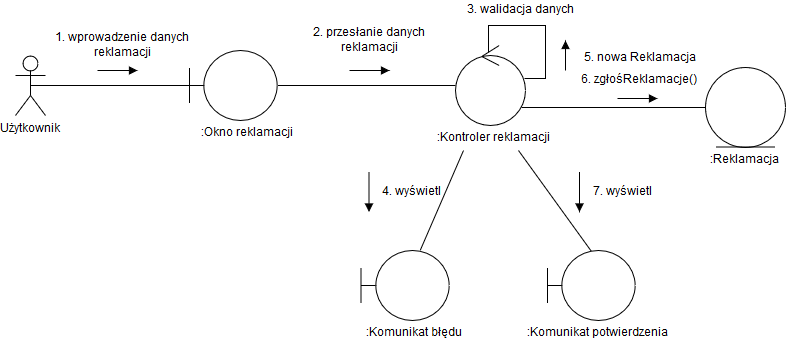
Before: Iteracja 3/Diagram Kooperacji - Złożenie reklamacji.png, a diagram exported from draw.io (BartoszSolka/ZMIO---Zaawansowane-metody-in-ynierii-oprogramowania). Source tidied: cells renumbered, new cells last; positions are measured from the earlier drawing's top-left corner, leaving out a move shared by most shapes. Its diagram source:
```xml
<mxGraphModel>
  <root>
    <mxCell id="0" />
    <mxCell id="1" parent="0" />
    <mxCell id="2" style="shape=umlBoundary;whiteSpace=wrap;html=1;" parent="1" vertex="1">
      <mxGeometry x="174" y="50" width="88" height="70" as="geometry" />
    </mxCell>
    <mxCell id="3" style="edgeStyle=orthogonalEdgeStyle;rounded=0;jettySize=auto;html=1;exitX=0;exitY=0.5;exitDx=0;exitDy=0;entryX=0.943;entryY=0.775;entryDx=0;entryDy=0;entryPerimeter=0;endArrow=none;endFill=0;" parent="1" edge="1" source="4" target="6">
      <mxGeometry relative="1" as="geometry" />
    </mxCell>
    <mxCell id="4" style="ellipse;shape=umlEntity;whiteSpace=wrap;html=1;" parent="1" vertex="1">
      <mxGeometry x="690" y="66.5" width="80" height="80" as="geometry" />
    </mxCell>
    <mxCell id="5" style="rounded=0;jettySize=auto;html=1;endArrow=none;endFill=0;exitX=0.25;exitY=1;exitDx=0;exitDy=0;" parent="1" edge="1" source="15" target="12">
      <mxGeometry relative="1" as="geometry" />
    </mxCell>
    <mxCell id="6" style="ellipse;shape=umlControl;whiteSpace=wrap;html=1;" parent="1" vertex="1">
      <mxGeometry x="440" y="45" width="70" height="80" as="geometry" />
    </mxCell>
    <mxCell id="7" style="edgeStyle=orthogonalEdgeStyle;rounded=0;jettySize=auto;html=1;exitX=0.5;exitY=0.5;exitDx=0;exitDy=0;exitPerimeter=0;entryX=0;entryY=0.5;entryDx=0;entryDy=0;entryPerimeter=0;endArrow=none;endFill=0;" parent="1" edge="1" source="8" target="2">
      <mxGeometry relative="1" as="geometry" />
    </mxCell>
    <mxCell id="8" value="Użytkownik" style="shape=umlActor;verticalLabelPosition=bottom;labelBackgroundColor=#ffffff;verticalAlign=top;html=1;" parent="1" vertex="1">
      <mxGeometry y="55" width="30" height="60" as="geometry" />
    </mxCell>
    <mxCell id="9" value=":Okno reklamacji" style="text;html=1;" parent="1" vertex="1">
      <mxGeometry x="184" y="120" width="90" height="25" as="geometry" />
    </mxCell>
    <mxCell id="10" style="endArrow=block;html=1;endFill=1;" parent="1" edge="1">
      <mxGeometry relative="1" as="geometry">
        <mxPoint x="82" y="70" as="sourcePoint" />
        <mxPoint x="122" y="70" as="targetPoint" />
      </mxGeometry>
    </mxCell>
    <mxCell id="11" value=":Reklamacja" style="text;html=1;" parent="1" vertex="1">
      <mxGeometry x="692.5" y="146.5" width="75" height="25" as="geometry" />
    </mxCell>
    <mxCell id="12" style="shape=umlBoundary;whiteSpace=wrap;html=1;" parent="1" vertex="1">
      <mxGeometry x="345.5" y="250" width="88" height="70" as="geometry" />
    </mxCell>
    <mxCell id="13" value=":Komunikat błędu" style="text;html=1;" parent="1" vertex="1">
      <mxGeometry x="348.5" y="320" width="90" height="25" as="geometry" />
    </mxCell>
    <mxCell id="14" style="edgeStyle=none;rounded=0;jettySize=auto;html=1;exitX=0.75;exitY=1;exitDx=0;exitDy=0;entryX=0.5;entryY=0.014;entryDx=0;entryDy=0;entryPerimeter=0;endArrow=none;endFill=0;" parent="1" edge="1" source="15" target="28">
      <mxGeometry relative="1" as="geometry" />
    </mxCell>
    <mxCell id="15" value=":Kontroler reklamacji" style="text;html=1;" parent="1" vertex="1">
      <mxGeometry x="420" y="125" width="110" height="25" as="geometry" />
    </mxCell>
    <mxCell id="16" value="1. wprowadzenie danych reklamacji" style="text;html=1;strokeColor=none;fillColor=none;align=center;verticalAlign=middle;whiteSpace=wrap;rounded=0;" parent="1" vertex="1">
      <mxGeometry x="26.5" y="35" width="160" height="20" as="geometry" />
    </mxCell>
    <mxCell id="17" value="2. przesłanie danych reklamacji" style="text;html=1;strokeColor=none;fillColor=none;align=center;verticalAlign=middle;whiteSpace=wrap;rounded=0;" parent="1" vertex="1">
      <mxGeometry x="274" y="30" width="160" height="20" as="geometry" />
    </mxCell>
    <mxCell id="18" style="edgeStyle=orthogonalEdgeStyle;rounded=0;jettySize=auto;html=1;endArrow=none;endFill=0;" parent="1" edge="1" source="2" target="6">
      <mxGeometry relative="1" as="geometry" />
    </mxCell>
    <mxCell id="19" style="endArrow=block;html=1;endFill=1;" parent="1" edge="1">
      <mxGeometry relative="1" as="geometry">
        <mxPoint x="334" y="70" as="sourcePoint" />
        <mxPoint x="374" y="70" as="targetPoint" />
      </mxGeometry>
    </mxCell>
    <mxCell id="20" style="edgeStyle=orthogonalEdgeStyle;rounded=0;orthogonalLoop=1;jettySize=auto;html=1;endArrow=none;endFill=0;exitX=0.471;exitY=0.088;exitDx=0;exitDy=0;exitPerimeter=0;entryX=0.986;entryY=0.413;entryDx=0;entryDy=0;entryPerimeter=0;" parent="1" edge="1" source="6" target="6">
      <mxGeometry relative="1" as="geometry" />
    </mxCell>
    <mxCell id="21" value="&lt;div&gt;3. walidacja danych&lt;/div&gt;" style="text;html=1;strokeColor=none;fillColor=none;align=center;verticalAlign=middle;whiteSpace=wrap;rounded=0;" parent="1" vertex="1">
      <mxGeometry x="444" width="120" height="20" as="geometry" />
    </mxCell>
    <mxCell id="22" style="endArrow=block;html=1;endFill=1;" parent="1" edge="1">
      <mxGeometry relative="1" as="geometry">
        <mxPoint x="550" y="70" as="sourcePoint" />
        <mxPoint x="550" y="40" as="targetPoint" />
      </mxGeometry>
    </mxCell>
    <mxCell id="23" style="endArrow=block;html=1;endFill=1;" parent="1" edge="1">
      <mxGeometry relative="1" as="geometry">
        <mxPoint x="353.5" y="171.5" as="sourcePoint" />
        <mxPoint x="353.5" y="211.5" as="targetPoint" />
      </mxGeometry>
    </mxCell>
    <mxCell id="24" value="4. wyświetl" style="text;html=1;strokeColor=none;fillColor=none;align=center;verticalAlign=middle;whiteSpace=wrap;rounded=0;" parent="1" vertex="1">
      <mxGeometry x="357.5" y="181.5" width="76" height="20" as="geometry" />
    </mxCell>
    <mxCell id="25" value="5. nowa Reklamacja" style="text;html=1;strokeColor=none;fillColor=none;align=center;verticalAlign=middle;whiteSpace=wrap;rounded=0;" parent="1" vertex="1">
      <mxGeometry x="542" y="48" width="160" height="20" as="geometry" />
    </mxCell>
    <mxCell id="26" style="endArrow=block;html=1;endFill=1;" parent="1" edge="1">
      <mxGeometry relative="1" as="geometry">
        <mxPoint x="602" y="98" as="sourcePoint" />
        <mxPoint x="642" y="98" as="targetPoint" />
      </mxGeometry>
    </mxCell>
    <mxCell id="27" value="6. zgłośReklamacje()" style="text;html=1;strokeColor=none;fillColor=none;align=center;verticalAlign=middle;whiteSpace=wrap;rounded=0;" parent="1" vertex="1">
      <mxGeometry x="542" y="70" width="160" height="20" as="geometry" />
    </mxCell>
    <mxCell id="28" style="shape=umlBoundary;whiteSpace=wrap;html=1;" parent="1" vertex="1">
      <mxGeometry x="532" y="250" width="88" height="70" as="geometry" />
    </mxCell>
    <mxCell id="29" value=":Komunikat potwierdzenia" style="text;html=1;" parent="1" vertex="1">
      <mxGeometry x="510" y="320" width="145" height="25" as="geometry" />
    </mxCell>
    <mxCell id="30" style="endArrow=block;html=1;endFill=1;" parent="1" edge="1">
      <mxGeometry relative="1" as="geometry">
        <mxPoint x="564" y="171.5" as="sourcePoint" />
        <mxPoint x="564" y="211.5" as="targetPoint" />
      </mxGeometry>
    </mxCell>
    <mxCell id="31" value="7. wyświetl" style="text;html=1;strokeColor=none;fillColor=none;align=center;verticalAlign=middle;whiteSpace=wrap;rounded=0;" parent="1" vertex="1">
      <mxGeometry x="568" y="181.5" width="76" height="20" as="geometry" />
    </mxCell>
  </root>
</mxGraphModel>
```
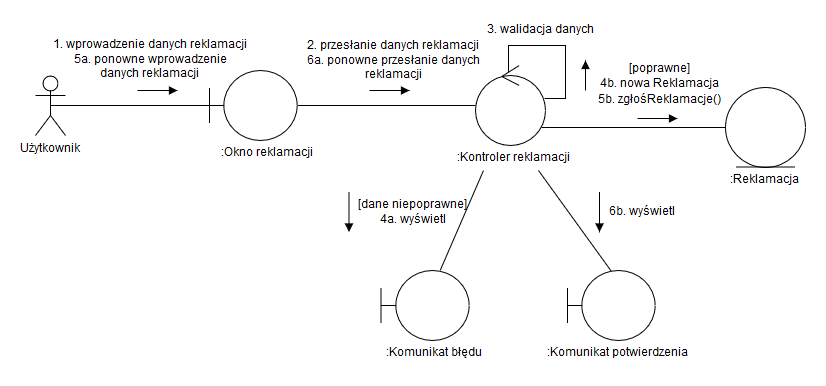
The same file after the commit.

Commit message:
Poprawione diagramy kooperacji.

Change to the diagram source:
```diff
@@ -28,8 +28,8 @@
     </mxCell>
     <mxCell id="10" style="endArrow=block;html=1;endFill=1;" parent="1" edge="1">
       <mxGeometry relative="1" as="geometry">
-        <mxPoint x="82" y="70" as="sourcePoint" />
-        <mxPoint x="122" y="70" as="targetPoint" />
+        <mxPoint x="102" y="70" as="sourcePoint" />
+        <mxPoint x="142" y="70" as="targetPoint" />
       </mxGeometry>
     </mxCell>
     <mxCell id="11" value=":Reklamacja" style="text;html=1;" parent="1" vertex="1">
@@ -47,11 +47,11 @@
     <mxCell id="15" value=":Kontroler reklamacji" style="text;html=1;" parent="1" vertex="1">
       <mxGeometry x="420" y="125" width="110" height="25" as="geometry" />
     </mxCell>
-    <mxCell id="16" value="1. wprowadzenie danych reklamacji" style="text;html=1;strokeColor=none;fillColor=none;align=center;verticalAlign=middle;whiteSpace=wrap;rounded=0;" parent="1" vertex="1">
-      <mxGeometry x="26.5" y="35" width="160" height="20" as="geometry" />
+    <mxCell id="16" value="&lt;div&gt;1. wprowadzenie danych reklamacji&lt;/div&gt;&lt;div&gt;5a. ponowne wprowadzenie danych reklamacji&lt;br&gt;&lt;/div&gt;" style="text;html=1;strokeColor=none;fillColor=none;align=center;verticalAlign=middle;whiteSpace=wrap;rounded=0;" parent="1" vertex="1">
+      <mxGeometry x="17" y="29" width="196" height="20" as="geometry" />
     </mxCell>
-    <mxCell id="17" value="2. przesłanie danych reklamacji" style="text;html=1;strokeColor=none;fillColor=none;align=center;verticalAlign=middle;whiteSpace=wrap;rounded=0;" parent="1" vertex="1">
-      <mxGeometry x="274" y="30" width="160" height="20" as="geometry" />
+    <mxCell id="17" value="&lt;div&gt;2. przesłanie danych reklamacji&lt;/div&gt;6a. ponowne przesłanie danych reklamacji" style="text;html=1;strokeColor=none;fillColor=none;align=center;verticalAlign=middle;whiteSpace=wrap;rounded=0;" parent="1" vertex="1">
+      <mxGeometry x="270" y="30" width="176" height="20" as="geometry" />
     </mxCell>
     <mxCell id="18" style="edgeStyle=orthogonalEdgeStyle;rounded=0;jettySize=auto;html=1;endArrow=none;endFill=0;" parent="1" edge="1" source="2" target="6">
       <mxGeometry relative="1" as="geometry" />
@@ -76,15 +76,15 @@
     </mxCell>
     <mxCell id="23" style="endArrow=block;html=1;endFill=1;" parent="1" edge="1">
       <mxGeometry relative="1" as="geometry">
-        <mxPoint x="353.5" y="171.5" as="sourcePoint" />
-        <mxPoint x="353.5" y="211.5" as="targetPoint" />
+        <mxPoint x="313.5" y="171.5" as="sourcePoint" />
+        <mxPoint x="313.5" y="211.5" as="targetPoint" />
       </mxGeometry>
     </mxCell>
-    <mxCell id="24" value="4. wyświetl" style="text;html=1;strokeColor=none;fillColor=none;align=center;verticalAlign=middle;whiteSpace=wrap;rounded=0;" parent="1" vertex="1">
-      <mxGeometry x="357.5" y="181.5" width="76" height="20" as="geometry" />
+    <mxCell id="24" value="[dane niepoprawne]&lt;br&gt;&lt;div&gt;4a. wyświetl&lt;/div&gt;" style="text;html=1;strokeColor=none;fillColor=none;align=center;verticalAlign=middle;whiteSpace=wrap;rounded=0;" parent="1" vertex="1">
+      <mxGeometry x="318" y="182" width="113" height="20" as="geometry" />
     </mxCell>
-    <mxCell id="25" value="5. nowa Reklamacja" style="text;html=1;strokeColor=none;fillColor=none;align=center;verticalAlign=middle;whiteSpace=wrap;rounded=0;" parent="1" vertex="1">
-      <mxGeometry x="542" y="48" width="160" height="20" as="geometry" />
+    <mxCell id="25" value="[poprawne]&lt;br&gt;&lt;div&gt;4b. nowa Reklamacja&lt;/div&gt;" style="text;html=1;strokeColor=none;fillColor=none;align=center;verticalAlign=middle;whiteSpace=wrap;rounded=0;" parent="1" vertex="1">
+      <mxGeometry x="542" y="46" width="160" height="20" as="geometry" />
     </mxCell>
     <mxCell id="26" style="endArrow=block;html=1;endFill=1;" parent="1" edge="1">
       <mxGeometry relative="1" as="geometry">
@@ -92,7 +92,7 @@
         <mxPoint x="642" y="98" as="targetPoint" />
       </mxGeometry>
     </mxCell>
-    <mxCell id="27" value="6. zgłośReklamacje()" style="text;html=1;strokeColor=none;fillColor=none;align=center;verticalAlign=middle;whiteSpace=wrap;rounded=0;" parent="1" vertex="1">
+    <mxCell id="27" value="5b. zgłośReklamacje()" style="text;html=1;strokeColor=none;fillColor=none;align=center;verticalAlign=middle;whiteSpace=wrap;rounded=0;" parent="1" vertex="1">
       <mxGeometry x="542" y="70" width="160" height="20" as="geometry" />
     </mxCell>
     <mxCell id="28" style="shape=umlBoundary;whiteSpace=wrap;html=1;" parent="1" vertex="1">
@@ -107,7 +107,7 @@
         <mxPoint x="564" y="211.5" as="targetPoint" />
       </mxGeometry>
     </mxCell>
-    <mxCell id="31" value="7. wyświetl" style="text;html=1;strokeColor=none;fillColor=none;align=center;verticalAlign=middle;whiteSpace=wrap;rounded=0;" parent="1" vertex="1">
+    <mxCell id="31" value="6b. wyświetl" style="text;html=1;strokeColor=none;fillColor=none;align=center;verticalAlign=middle;whiteSpace=wrap;rounded=0;" parent="1" vertex="1">
       <mxGeometry x="568" y="181.5" width="76" height="20" as="geometry" />
     </mxCell>
   </root>
```
